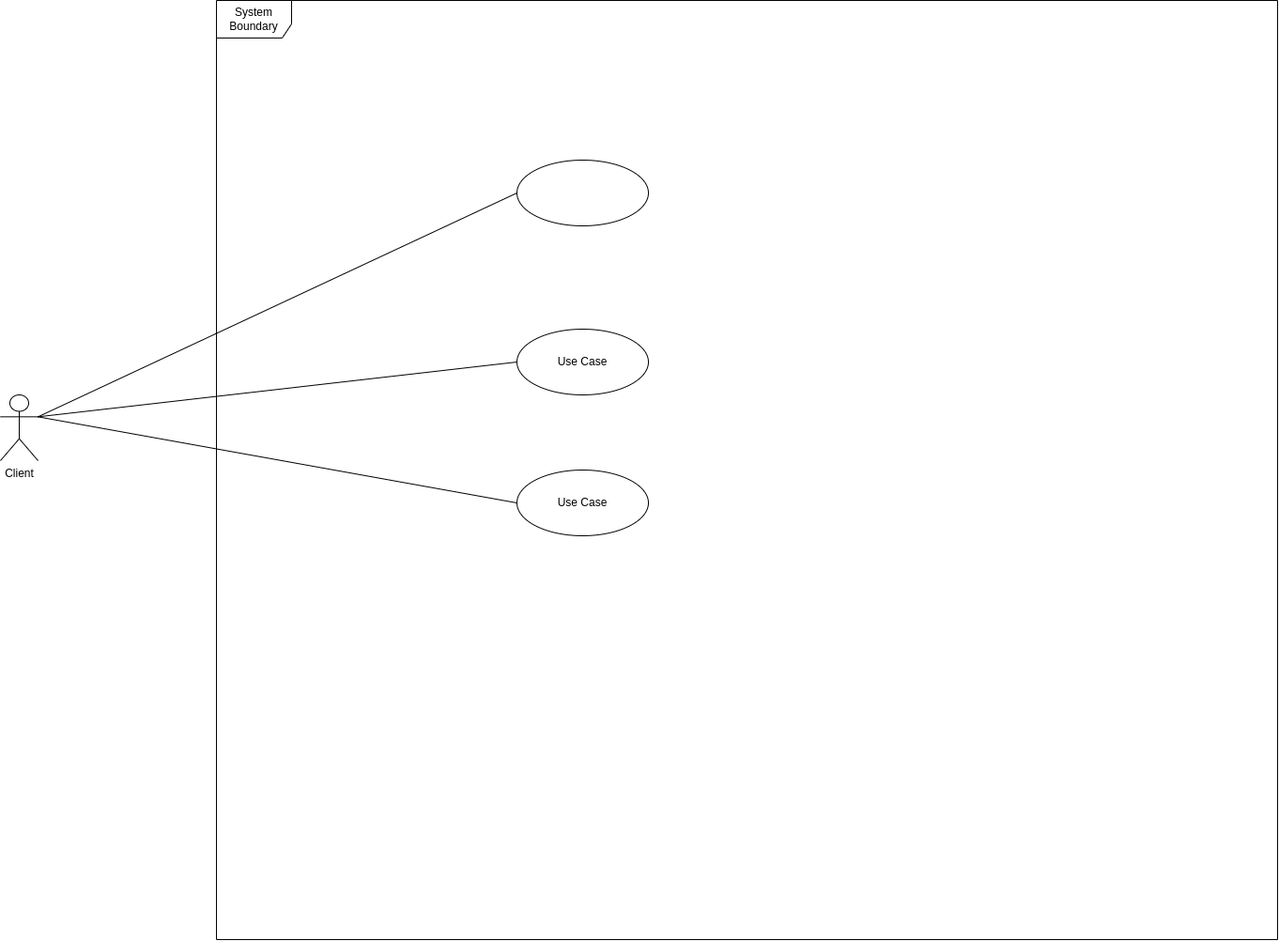
This is Diagrams/Use case diagrams/Use_case_diagrams.png from BhathiyaVandebona/group_27, a draw.io export, as it was before one commit. Source tidied: cells renumbered, new cells last; positions are measured from the earlier drawing's top-left corner, leaving out a move shared by most shapes.
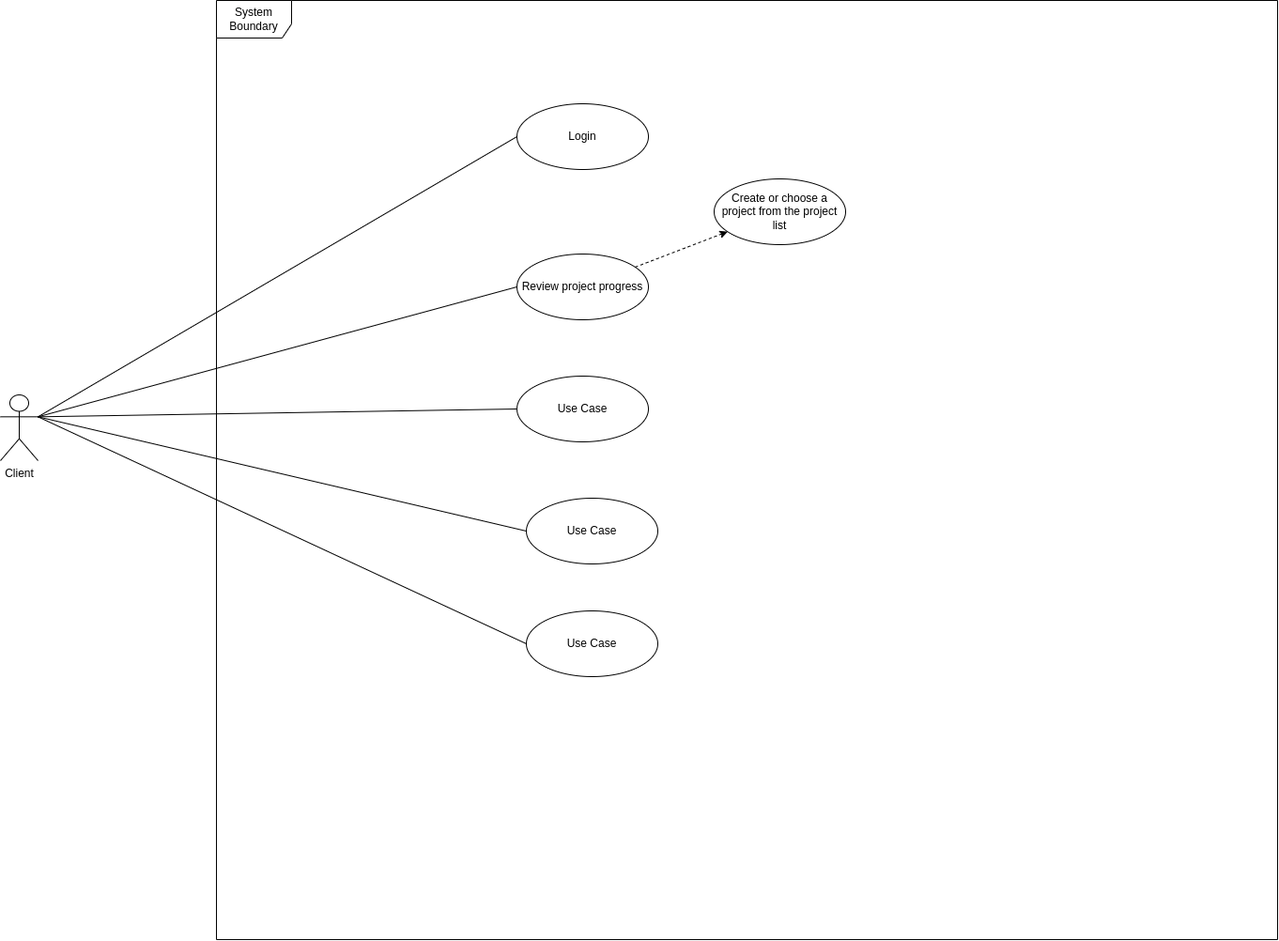
Later version of the same file.

Diff of the diagram source:
```diff
@@ -14,17 +14,35 @@
     <mxCell id="5" style="edgeStyle=none;rounded=0;jettySize=auto;html=1;exitX=0;exitY=0.5;exitDx=0;exitDy=0;entryX=1;entryY=0.3333333333333333;entryDx=0;entryDy=0;entryPerimeter=0;endArrow=none;endFill=0;" parent="1" edge="1" source="6" target="3">
       <mxGeometry relative="1" as="geometry" />
     </mxCell>
-    <mxCell id="6" style="ellipse;whiteSpace=wrap;html=1;" parent="1" vertex="1">
-      <mxGeometry x="550" y="170" width="140" height="70" as="geometry" />
+    <mxCell id="6" value="Login" style="ellipse;whiteSpace=wrap;html=1;" parent="1" vertex="1">
+      <mxGeometry x="550" y="110" width="140" height="70" as="geometry" />
     </mxCell>
+    <mxCell id="10" style="edgeStyle=none;rounded=0;jettySize=auto;html=1;endArrow=classic;endFill=1;dashed=1;" parent="1" edge="1" source="7" target="15">
+      <mxGeometry relative="1" as="geometry" />
+    </mxCell>
-    <mxCell id="7" value="Use Case" style="ellipse;whiteSpace=wrap;html=1;" parent="1" vertex="1">
-      <mxGeometry x="550" y="350" width="140" height="70" as="geometry" />
+    <mxCell id="7" value="Review project progress" style="ellipse;whiteSpace=wrap;html=1;" parent="1" vertex="1">
+      <mxGeometry x="550" y="270" width="140" height="70" as="geometry" />
     </mxCell>
     <mxCell id="8" style="edgeStyle=none;rounded=0;jettySize=auto;html=1;exitX=0;exitY=0.5;exitDx=0;exitDy=0;entryX=1;entryY=0.3333333333333333;entryDx=0;entryDy=0;entryPerimeter=0;endArrow=none;endFill=0;" parent="1" edge="1" source="9" target="3">
       <mxGeometry relative="1" as="geometry" />
     </mxCell>
     <mxCell id="9" value="Use Case" style="ellipse;whiteSpace=wrap;html=1;" parent="1" vertex="1">
-      <mxGeometry x="550" y="500" width="140" height="70" as="geometry" />
+      <mxGeometry x="550" y="400" width="140" height="70" as="geometry" />
     </mxCell>
+    <mxCell id="11" style="rounded=0;jettySize=auto;html=1;exitX=0;exitY=0.5;exitDx=0;exitDy=0;entryX=1;entryY=0.3333333333333333;entryDx=0;entryDy=0;entryPerimeter=0;endArrow=none;endFill=0;" parent="1" edge="1" source="12" target="3">
+      <mxGeometry relative="1" as="geometry" />
+    </mxCell>
+    <mxCell id="12" value="Use Case" style="ellipse;whiteSpace=wrap;html=1;" parent="1" vertex="1">
+      <mxGeometry x="560" y="530" width="140" height="70" as="geometry" />
+    </mxCell>
+    <mxCell id="13" style="edgeStyle=none;rounded=0;jettySize=auto;html=1;exitX=0;exitY=0.5;exitDx=0;exitDy=0;entryX=1;entryY=0.3333333333333333;entryDx=0;entryDy=0;entryPerimeter=0;endArrow=none;endFill=0;" parent="1" edge="1" source="14" target="3">
+      <mxGeometry relative="1" as="geometry" />
+    </mxCell>
+    <mxCell id="14" value="Use Case" style="ellipse;whiteSpace=wrap;html=1;" parent="1" vertex="1">
+      <mxGeometry x="560" y="650" width="140" height="70" as="geometry" />
+    </mxCell>
+    <mxCell id="15" value="Create or choose a project from the project list" style="ellipse;whiteSpace=wrap;html=1;" parent="1" vertex="1">
+      <mxGeometry x="760" y="190" width="140" height="70" as="geometry" />
+    </mxCell>
   </root>
 </mxGraphModel>
```
